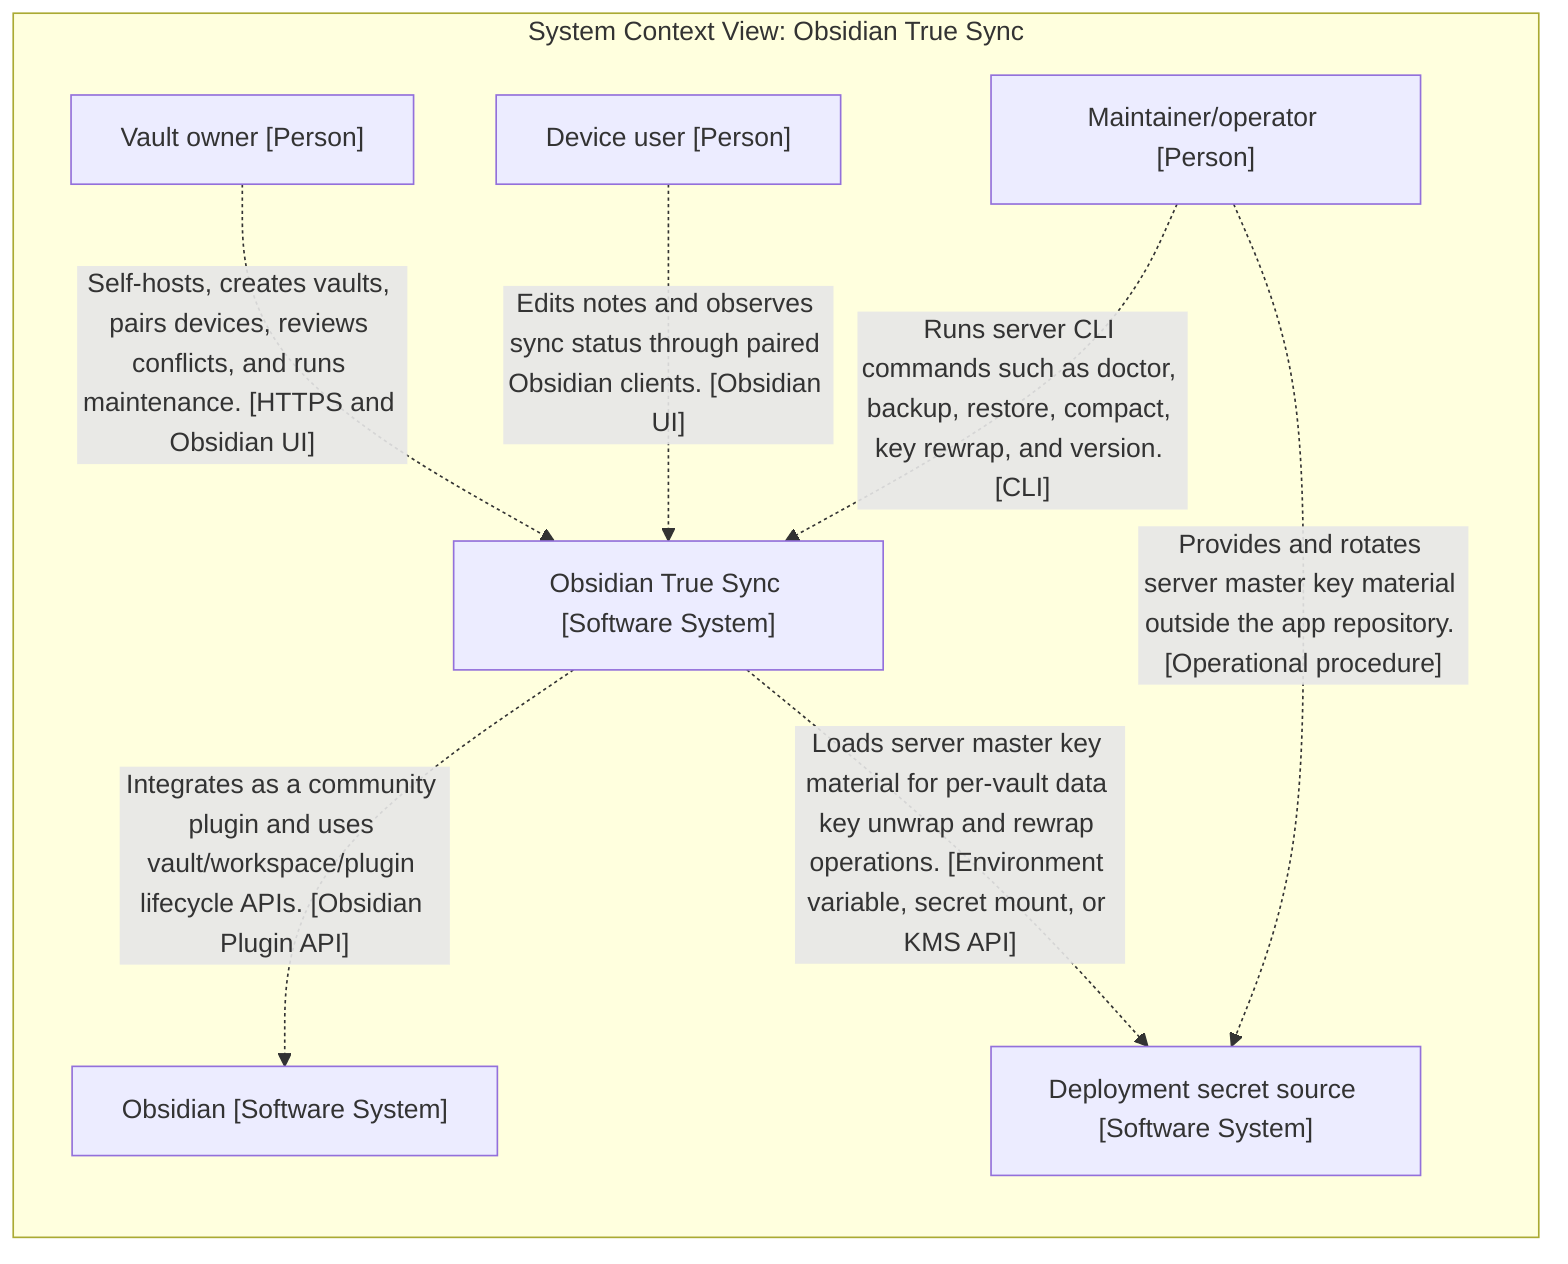
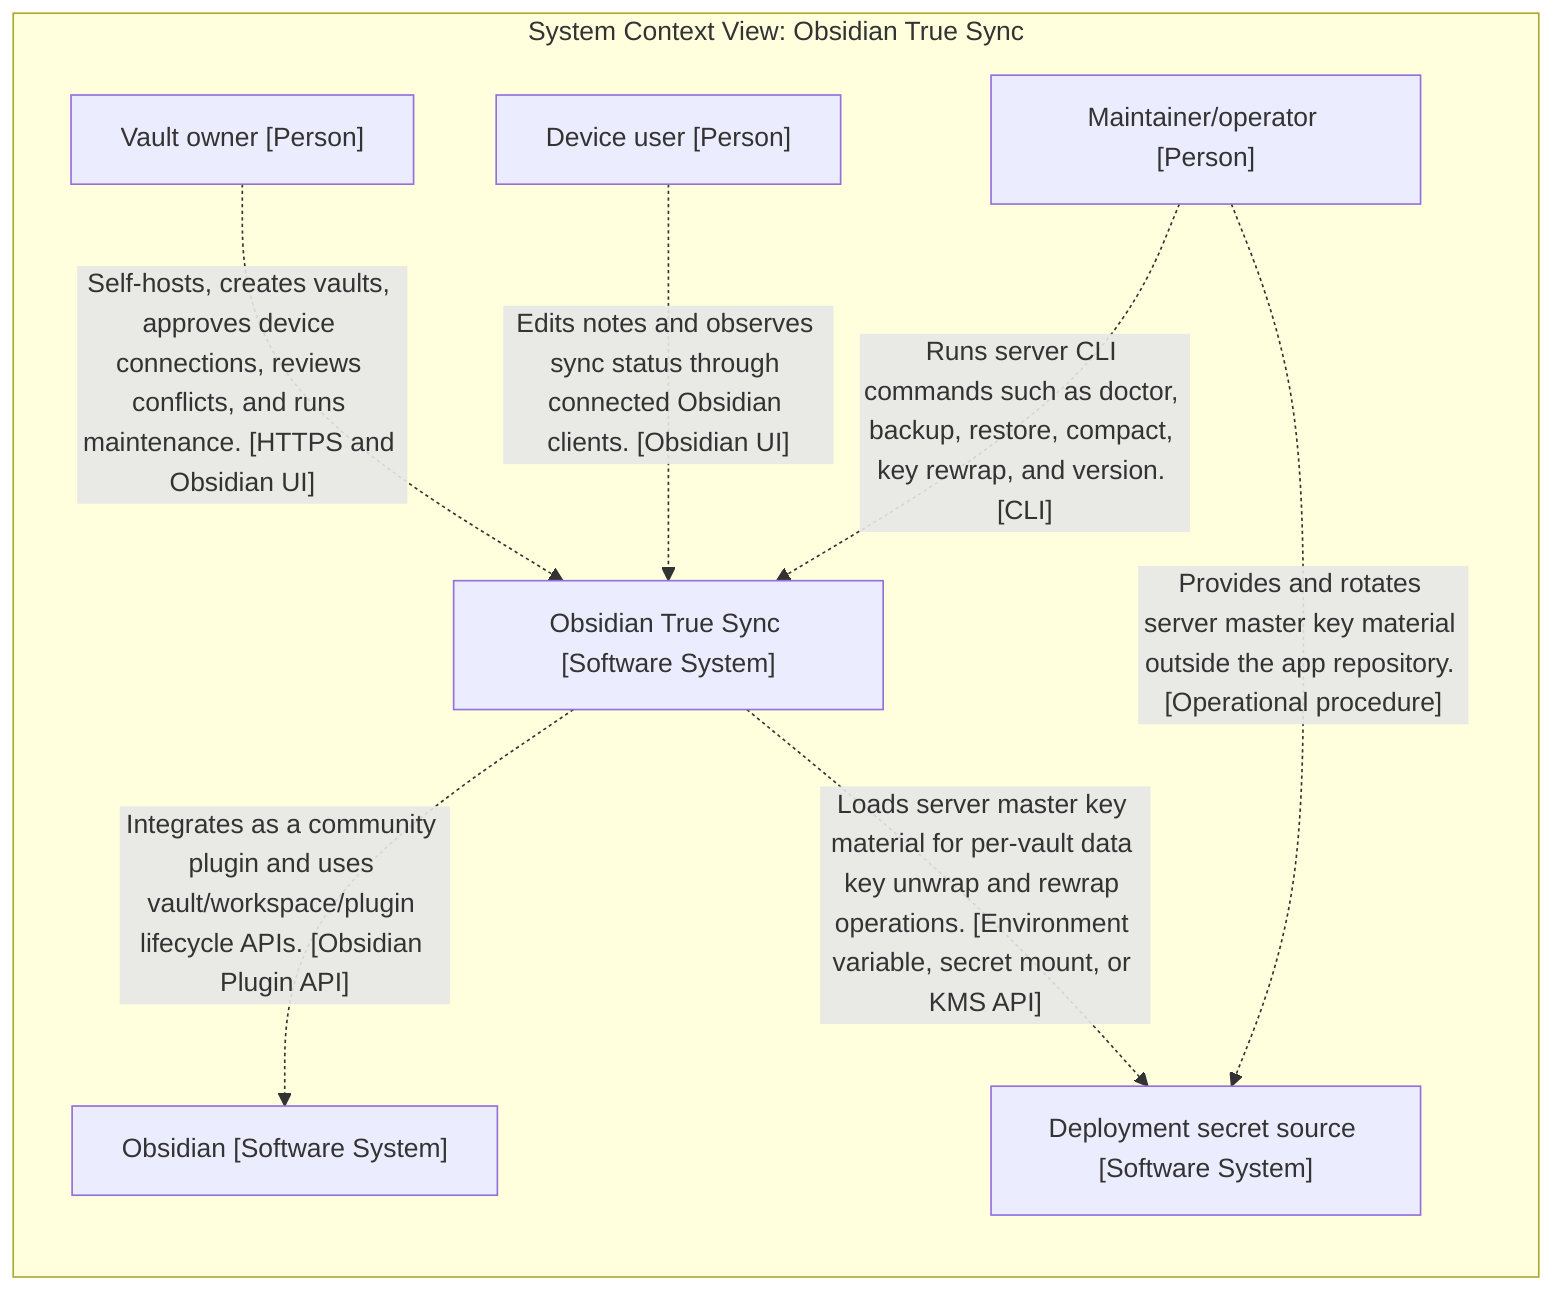
graph LR

  subgraph diagram ["System Context View: Obsidian True Sync"]

    1["Vault owner [Person]"]
    2["Device user [Person]"]
    3["Maintainer/operator [Person]"]
    4["Obsidian [Software System]"]
    5["Deployment secret source [Software System]"]
    6["Obsidian True Sync [Software System]"]

-     1-. "Self-hosts, creates vaults, pairs devices, reviews conflicts, and runs maintenance. [HTTPS and Obsidian UI]" .->6
-     2-. "Edits notes and observes sync status through paired Obsidian clients. [Obsidian UI]" .->6
+     1-. "Self-hosts, creates vaults, approves device connections, reviews conflicts, and runs maintenance. [HTTPS and Obsidian UI]" .->6
+     2-. "Edits notes and observes sync status through connected Obsidian clients. [Obsidian UI]" .->6
    3-. "Runs server CLI commands such as doctor, backup, restore, compact, key rewrap, and version. [CLI]" .->6
    3-. "Provides and rotates server master key material outside the app repository. [Operational procedure]" .->5
    6-. "Integrates as a community plugin and uses vault/workspace/plugin lifecycle APIs. [Obsidian Plugin API]" .->4
    6-. "Loads server master key material for per-vault data key unwrap and rewrap operations. [Environment variable, secret mount, or KMS API]" .->5

  end
